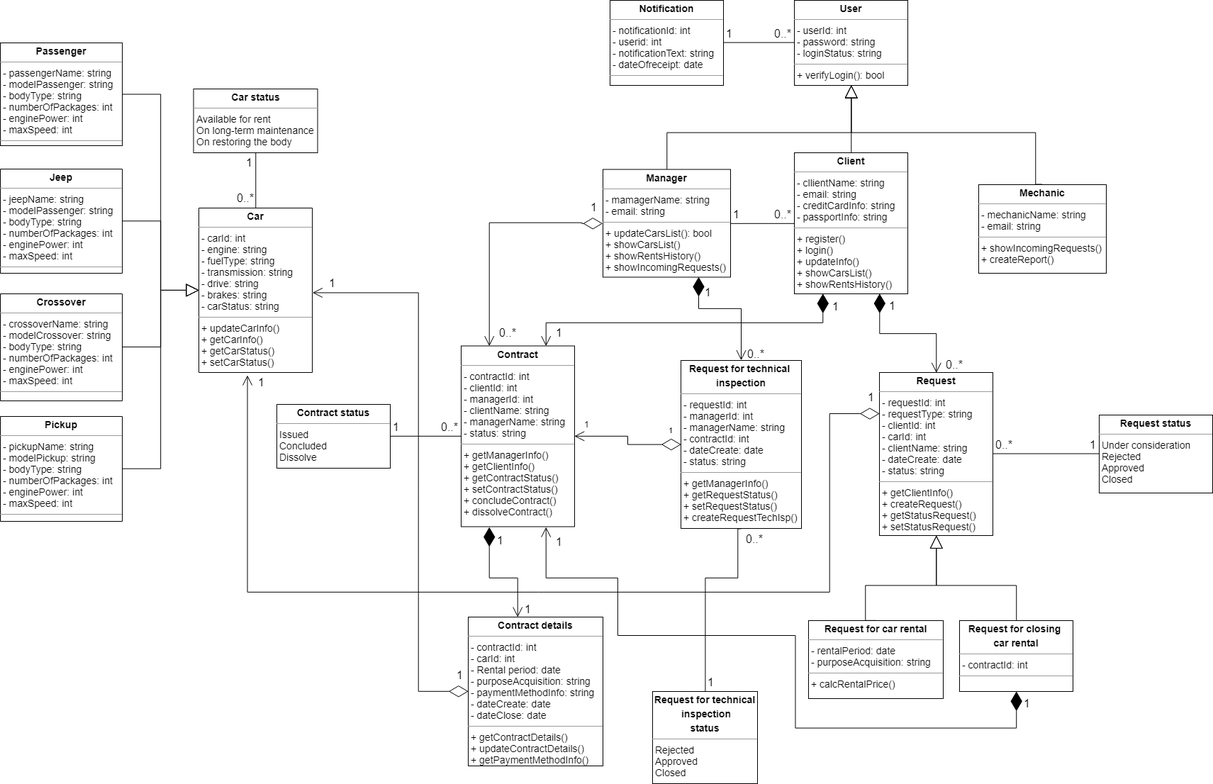
Igor-Manikhin/software-architectures-2020 keeps this draw.io diagram as Class-diagram/Class-diagramm.png. Above is the earlier version. Source tidied: cells renumbered, new cells last; positions are measured from the earlier drawing's top-left corner, leaving out a move shared by most shapes.
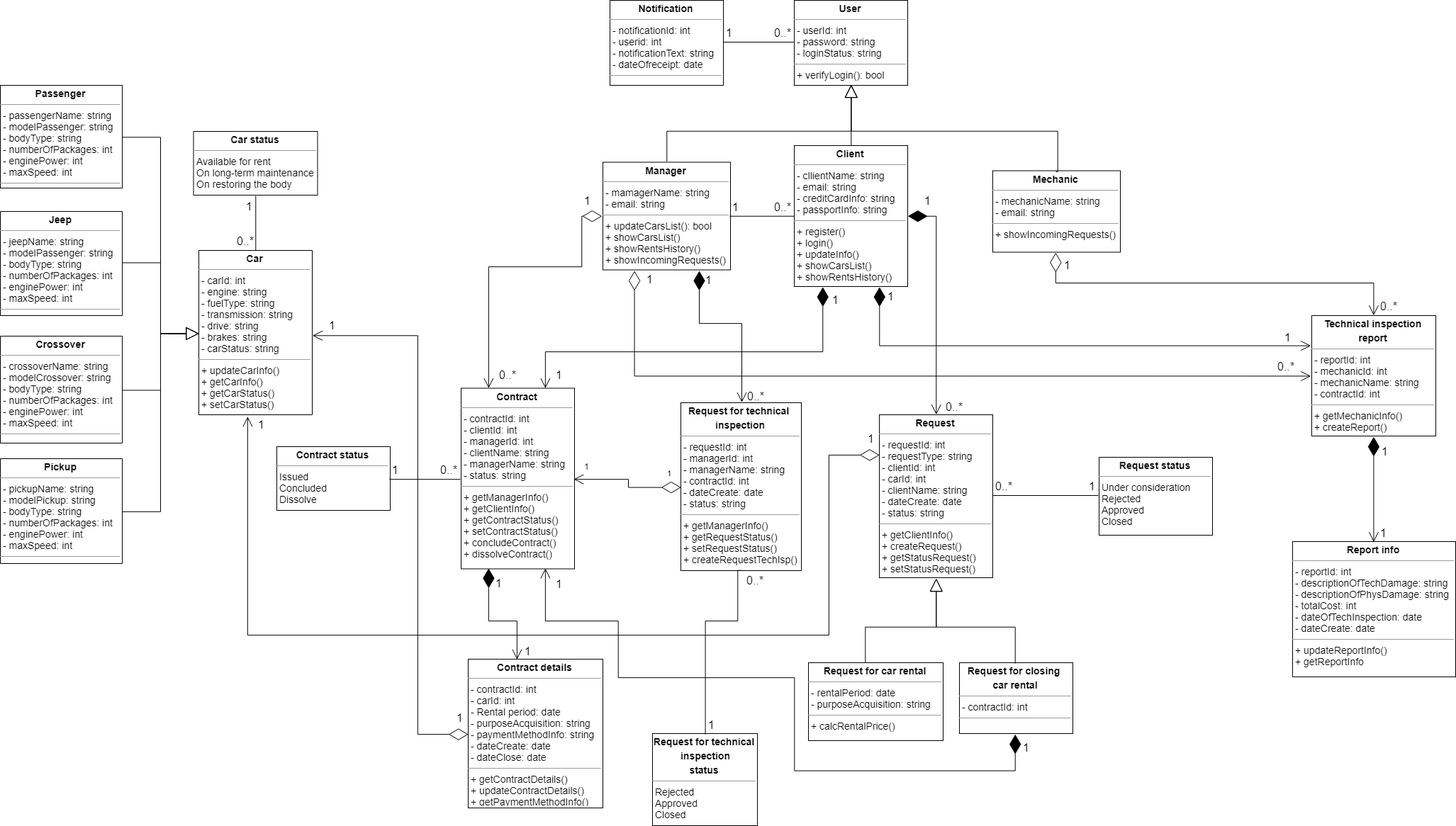
After the commit.

Commit message:
update class-diagramm

Diff of the diagram source:
```diff
@@ -6,3 +6,3 @@
       <mxCell style="verticalAlign=top;align=left;overflow=fill;fontSize=12;fontFamily=Helvetica;html=1;spacing=4;" parent="1" vertex="1">
-        <mxGeometry x="1120" width="160" height="120" as="geometry" />
+        <mxGeometry x="1120" y="-60" width="160" height="120" as="geometry" />
       </mxCell>
@@ -10,9 +10,9 @@
     <mxCell id="3" value="&lt;p style=&quot;margin: 4px 0px 0px ; text-align: center ; font-size: 14px&quot;&gt;&lt;b&gt;&lt;font style=&quot;font-size: 14px&quot;&gt;Client&lt;/font&gt;&lt;/b&gt;&lt;/p&gt;&lt;hr size=&quot;1&quot; style=&quot;font-size: 14px&quot;&gt;&lt;p style=&quot;margin: 0px 0px 0px 4px ; font-size: 14px&quot;&gt;&lt;font style=&quot;font-size: 14px&quot;&gt;- cllientName: string&lt;/font&gt;&lt;/p&gt;&lt;p style=&quot;margin: 0px 0px 0px 4px ; font-size: 14px&quot;&gt;&lt;font style=&quot;font-size: 14px&quot;&gt;- email: string&lt;/font&gt;&lt;/p&gt;&lt;p style=&quot;margin: 0px 0px 0px 4px ; font-size: 14px&quot;&gt;&lt;font style=&quot;font-size: 14px&quot;&gt;- creditCardInfo: string&lt;/font&gt;&lt;/p&gt;&lt;p style=&quot;margin: 0px 0px 0px 4px ; font-size: 14px&quot;&gt;&lt;font style=&quot;font-size: 14px&quot;&gt;- passportInfo: string&lt;/font&gt;&lt;/p&gt;&lt;hr size=&quot;1&quot; style=&quot;font-size: 14px&quot;&gt;&lt;p style=&quot;margin: 0px 0px 0px 4px ; font-size: 14px&quot;&gt;&lt;font style=&quot;font-size: 14px&quot;&gt;+ register()&lt;/font&gt;&lt;/p&gt;&lt;p style=&quot;margin: 0px 0px 0px 4px ; font-size: 14px&quot;&gt;&lt;font style=&quot;font-size: 14px&quot;&gt;+ login()&lt;/font&gt;&lt;/p&gt;&lt;p style=&quot;margin: 0px 0px 0px 4px ; font-size: 14px&quot;&gt;&lt;font style=&quot;font-size: 14px&quot;&gt;+ updateInfo()&lt;/font&gt;&lt;/p&gt;&lt;p style=&quot;margin: 0px 0px 0px 4px ; font-size: 14px&quot;&gt;&lt;font style=&quot;font-size: 14px&quot;&gt;+ showCarsList()&lt;/font&gt;&lt;/p&gt;&lt;p style=&quot;margin: 0px 0px 0px 4px ; font-size: 14px&quot;&gt;&lt;font style=&quot;font-size: 14px&quot;&gt;+ showRentsHistory()&lt;/font&gt;&lt;/p&gt;&lt;p style=&quot;margin: 0px 0px 0px 4px ; font-size: 14px&quot;&gt;&lt;br&gt;&lt;/p&gt;" style="verticalAlign=top;align=left;overflow=fill;fontSize=12;fontFamily=Helvetica;html=1;spacing=4;" parent="1" vertex="1">
-      <mxGeometry x="1120" y="215" width="160" height="199" as="geometry" />
+      <mxGeometry x="1120" y="145" width="160" height="199" as="geometry" />
     </mxCell>
-    <mxCell id="4" value="&lt;p style=&quot;margin: 4px 0px 0px ; text-align: center ; font-size: 14px&quot;&gt;&lt;b&gt;&lt;font style=&quot;font-size: 14px&quot;&gt;Mechanic&lt;/font&gt;&lt;/b&gt;&lt;/p&gt;&lt;hr size=&quot;1&quot; style=&quot;font-size: 14px&quot;&gt;&lt;p style=&quot;margin: 0px 0px 0px 4px ; font-size: 14px&quot;&gt;&lt;font style=&quot;font-size: 14px&quot;&gt;- mechanicName: string&lt;/font&gt;&lt;/p&gt;&lt;p style=&quot;margin: 0px 0px 0px 4px ; font-size: 14px&quot;&gt;&lt;font style=&quot;font-size: 14px&quot;&gt;- email: string&lt;/font&gt;&lt;/p&gt;&lt;hr size=&quot;1&quot; style=&quot;font-size: 14px&quot;&gt;&lt;p style=&quot;margin: 0px 0px 0px 4px ; font-size: 14px&quot;&gt;&lt;font style=&quot;font-size: 14px&quot;&gt;+ showIncomingRequests()&lt;/font&gt;&lt;/p&gt;&lt;p style=&quot;margin: 0px 0px 0px 4px ; font-size: 14px&quot;&gt;&lt;font style=&quot;font-size: 14px&quot;&gt;+ createReport()&lt;/font&gt;&lt;/p&gt;" style="verticalAlign=top;align=left;overflow=fill;fontSize=12;fontFamily=Helvetica;html=1;spacing=4;" parent="1" vertex="1">
-      <mxGeometry x="1380" y="260" width="180" height="125" as="geometry" />
+    <mxCell id="4" value="&lt;p style=&quot;margin: 4px 0px 0px ; text-align: center ; font-size: 14px&quot;&gt;&lt;b&gt;&lt;font style=&quot;font-size: 14px&quot;&gt;Mechanic&lt;/font&gt;&lt;/b&gt;&lt;/p&gt;&lt;hr size=&quot;1&quot; style=&quot;font-size: 14px&quot;&gt;&lt;p style=&quot;margin: 0px 0px 0px 4px ; font-size: 14px&quot;&gt;&lt;font style=&quot;font-size: 14px&quot;&gt;- mechanicName: string&lt;/font&gt;&lt;/p&gt;&lt;p style=&quot;margin: 0px 0px 0px 4px ; font-size: 14px&quot;&gt;&lt;font style=&quot;font-size: 14px&quot;&gt;- email: string&lt;/font&gt;&lt;/p&gt;&lt;hr size=&quot;1&quot; style=&quot;font-size: 14px&quot;&gt;&lt;p style=&quot;margin: 0px 0px 0px 4px ; font-size: 14px&quot;&gt;&lt;font style=&quot;font-size: 14px&quot;&gt;+ showIncomingRequests()&lt;/font&gt;&lt;/p&gt;&lt;p style=&quot;margin: 0px 0px 0px 4px ; font-size: 14px&quot;&gt;&lt;br&gt;&lt;/p&gt;" style="verticalAlign=top;align=left;overflow=fill;fontSize=12;fontFamily=Helvetica;html=1;spacing=4;" parent="1" vertex="1">
+      <mxGeometry x="1400" y="180.5" width="180" height="115" as="geometry" />
     </mxCell>
     <mxCell id="5" value="&lt;p style=&quot;margin: 4px 0px 0px ; text-align: center ; font-size: 14px&quot;&gt;&lt;b&gt;&lt;font style=&quot;font-size: 14px&quot;&gt;Manager&lt;/font&gt;&lt;/b&gt;&lt;/p&gt;&lt;hr size=&quot;1&quot; style=&quot;font-size: 14px&quot;&gt;&lt;p style=&quot;margin: 0px 0px 0px 4px ; font-size: 14px&quot;&gt;&lt;font style=&quot;font-size: 14px&quot;&gt;- mamagerName: string&lt;/font&gt;&lt;/p&gt;&lt;p style=&quot;margin: 0px 0px 0px 4px ; font-size: 14px&quot;&gt;&lt;font style=&quot;font-size: 14px&quot;&gt;- email: string&lt;/font&gt;&lt;/p&gt;&lt;hr size=&quot;1&quot; style=&quot;font-size: 14px&quot;&gt;&lt;p style=&quot;margin: 0px 0px 0px 4px ; font-size: 14px&quot;&gt;&lt;font style=&quot;font-size: 14px&quot;&gt;+ updateCarsList(): bool&lt;/font&gt;&lt;/p&gt;&lt;p style=&quot;margin: 0px 0px 0px 4px ; font-size: 14px&quot;&gt;&lt;font style=&quot;font-size: 14px&quot;&gt;+ showCarsList()&lt;/font&gt;&lt;/p&gt;&lt;p style=&quot;margin: 0px 0px 0px 4px ; font-size: 14px&quot;&gt;&lt;font style=&quot;font-size: 14px&quot;&gt;+ showRentsHistory()&lt;/font&gt;&lt;/p&gt;&lt;p style=&quot;margin: 0px 0px 0px 4px ; font-size: 14px&quot;&gt;&lt;font style=&quot;font-size: 14px&quot;&gt;+ showIncomingRequests()&lt;/font&gt;&lt;/p&gt;&lt;p style=&quot;margin: 0px 0px 0px 4px ; font-size: 14px&quot;&gt;&lt;br&gt;&lt;/p&gt;" style="verticalAlign=top;align=left;overflow=fill;fontSize=12;fontFamily=Helvetica;html=1;spacing=4;" parent="1" vertex="1">
-      <mxGeometry x="850" y="238.5" width="180" height="152" as="geometry" />
+      <mxGeometry x="850" y="168.5" width="180" height="152" as="geometry" />
     </mxCell>
@@ -21,4 +21,4 @@
         <Array as="points">
-          <mxPoint x="1460" y="186" />
-          <mxPoint x="1200" y="186" />
+          <mxPoint x="1491" y="126" />
+          <mxPoint x="1201" y="126" />
         </Array>
@@ -29,4 +29,4 @@
         <Array as="points">
-          <mxPoint x="940" y="186" />
-          <mxPoint x="1200" y="186" />
+          <mxPoint x="940" y="126" />
+          <mxPoint x="1200" y="126" />
         </Array>
@@ -40,4 +40,8 @@
     </mxCell>
-    <mxCell id="10" value="&lt;font style=&quot;font-size: 16px&quot;&gt;1&lt;/font&gt;" style="endArrow=open;html=1;endSize=12;startArrow=diamondThin;startSize=25;startFill=1;edgeStyle=orthogonalEdgeStyle;align=left;verticalAlign=bottom;strokeWidth=1;exitX=0.75;exitY=1;exitDx=0;exitDy=0;entryX=0.5;entryY=0;entryDx=0;entryDy=0;rounded=0;spacing=4;" parent="1" edge="1" source="3" target="9">
-      <mxGeometry x="-0.68" y="10" relative="1" as="geometry" />
+    <mxCell id="10" value="&lt;font style=&quot;font-size: 16px&quot;&gt;1&lt;/font&gt;" style="endArrow=open;html=1;endSize=12;startArrow=diamondThin;startSize=25;startFill=1;edgeStyle=orthogonalEdgeStyle;align=left;verticalAlign=bottom;strokeWidth=1;exitX=1;exitY=0.5;exitDx=0;exitDy=0;entryX=0.5;entryY=0;entryDx=0;entryDy=0;rounded=0;spacing=4;" parent="1" edge="1" source="3" target="9">
+      <mxGeometry x="-0.88" y="9" relative="1" as="geometry">
+        <Array as="points">
+          <mxPoint x="1320" y="244" />
+        </Array>
+      </mxGeometry>
     </mxCell>
@@ -66,3 +70,3 @@
     <mxCell id="15" value="&lt;font style=&quot;font-size: 16px&quot;&gt;1&lt;/font&gt;" style="endArrow=open;html=1;endSize=12;startArrow=diamondThin;startSize=25;startFill=0;edgeStyle=orthogonalEdgeStyle;align=left;verticalAlign=bottom;strokeWidth=1;entryX=0.25;entryY=0;entryDx=0;entryDy=0;rounded=0;spacing=4;exitX=0;exitY=0.5;exitDx=0;exitDy=0;" parent="1" edge="1" source="5" target="14">
-      <mxGeometry x="-0.81" y="-13" relative="1" as="geometry">
+      <mxGeometry x="-0.85" y="-9" relative="1" as="geometry">
         <Array as="points">
@@ -71,3 +75,3 @@
         </Array>
-        <mxPoint x="10" y="4" as="offset" />
+        <mxPoint x="9" y="-9" as="offset" />
       </mxGeometry>
@@ -75,6 +79,6 @@
     <mxCell id="16" value="&lt;font style=&quot;font-size: 16px&quot;&gt;1&lt;/font&gt;" style="endArrow=open;html=1;endSize=12;startArrow=diamondThin;startSize=25;startFill=1;edgeStyle=orthogonalEdgeStyle;align=left;verticalAlign=bottom;strokeWidth=1;exitX=0.25;exitY=1;exitDx=0;exitDy=0;entryX=0.75;entryY=0;entryDx=0;entryDy=0;rounded=0;spacing=4;" parent="1" edge="1" source="3" target="14">
-      <mxGeometry x="-0.87" y="10" relative="1" as="geometry">
+      <mxGeometry x="-0.88" y="10" relative="1" as="geometry">
         <Array as="points">
-          <mxPoint x="1160" y="455" />
-          <mxPoint x="770" y="455" />
+          <mxPoint x="1160" y="436" />
+          <mxPoint x="770" y="436" />
         </Array>
@@ -102,3 +106,3 @@
       <mxCell style="verticalAlign=top;align=left;overflow=fill;fontSize=12;fontFamily=Helvetica;html=1;spacing=4;" parent="1" vertex="1">
-        <mxGeometry x="860" width="160" height="120" as="geometry" />
+        <mxGeometry x="860" y="-60" width="160" height="120" as="geometry" />
       </mxCell>
@@ -109,6 +113,6 @@
     <mxCell id="25" value="&lt;font style=&quot;font-size: 16px&quot;&gt;1&lt;/font&gt;" style="endArrow=open;html=1;endSize=12;startArrow=diamondThin;startSize=25;startFill=1;edgeStyle=orthogonalEdgeStyle;align=left;verticalAlign=bottom;strokeWidth=1;exitX=0.75;exitY=1;exitDx=0;exitDy=0;entryX=0.5;entryY=0;entryDx=0;entryDy=0;rounded=0;spacing=4;" parent="1" edge="1" source="5" target="24">
-      <mxGeometry x="-0.61" y="5" relative="1" as="geometry">
+      <mxGeometry x="-0.8" y="5" relative="1" as="geometry">
         <Array as="points">
-          <mxPoint x="985" y="435" />
-          <mxPoint x="1045" y="435" />
+          <mxPoint x="985" y="396" />
+          <mxPoint x="1045" y="396" />
         </Array>
@@ -277,2 +281,41 @@
     </mxCell>
+    <mxCell id="67" value="&lt;p style=&quot;margin: 4px 0px 0px ; text-align: center ; font-size: 14px&quot;&gt;&lt;b&gt;&lt;font style=&quot;font-size: 14px&quot;&gt;Technical inspection&lt;/font&gt;&lt;/b&gt;&lt;/p&gt;&lt;p style=&quot;margin: 4px 0px 0px ; text-align: center ; font-size: 14px&quot;&gt;&lt;b&gt;&lt;font style=&quot;font-size: 14px&quot;&gt;report&lt;/font&gt;&lt;/b&gt;&lt;/p&gt;&lt;hr size=&quot;1&quot; style=&quot;font-size: 14px&quot;&gt;&lt;p style=&quot;margin: 0px 0px 0px 4px ; font-size: 14px&quot;&gt;&lt;font style=&quot;font-size: 14px&quot;&gt;- reportId: int&lt;/font&gt;&lt;/p&gt;&lt;p style=&quot;margin: 0px 0px 0px 4px ; font-size: 14px&quot;&gt;&lt;font style=&quot;font-size: 14px&quot;&gt;- mechanicId: int&lt;/font&gt;&lt;/p&gt;&lt;p style=&quot;margin: 0px 0px 0px 4px ; font-size: 14px&quot;&gt;&lt;font style=&quot;font-size: 14px&quot;&gt;- mechanicName: string&lt;/font&gt;&lt;/p&gt;&lt;p style=&quot;margin: 0px 0px 0px 4px ; font-size: 14px&quot;&gt;&lt;font style=&quot;font-size: 14px&quot;&gt;- contractId: int&lt;/font&gt;&lt;/p&gt;&lt;hr size=&quot;1&quot; style=&quot;font-size: 14px&quot;&gt;&lt;p style=&quot;margin: 0px 0px 0px 4px ; font-size: 14px&quot;&gt;&lt;font style=&quot;font-size: 14px&quot;&gt;+ getMechanicInfo()&lt;/font&gt;&lt;/p&gt;&lt;p style=&quot;margin: 0px 0px 0px 4px ; font-size: 14px&quot;&gt;&lt;font style=&quot;font-size: 14px&quot;&gt;+ createReport()&lt;/font&gt;&lt;/p&gt;" style="verticalAlign=top;align=left;overflow=fill;fontSize=12;fontFamily=Helvetica;html=1;" parent="1" vertex="1">
+      <mxGeometry x="1850" y="385" width="175" height="170" as="geometry" />
+    </mxCell>
+    <mxCell id="68" value="&lt;p style=&quot;margin: 4px 0px 0px ; text-align: center ; font-size: 14px&quot;&gt;&lt;b&gt;Report info&lt;/b&gt;&lt;/p&gt;&lt;hr size=&quot;1&quot; style=&quot;font-size: 14px&quot;&gt;&lt;p style=&quot;margin: 0px 0px 0px 4px ; font-size: 14px&quot;&gt;&lt;font style=&quot;font-size: 14px&quot;&gt;- reportId: int&lt;/font&gt;&lt;/p&gt;&lt;p style=&quot;margin: 0px 0px 0px 4px ; font-size: 14px&quot;&gt;&lt;font style=&quot;font-size: 14px&quot;&gt;- descriptionOfTechDamage: string&lt;/font&gt;&lt;/p&gt;&lt;p style=&quot;margin: 0px 0px 0px 4px ; font-size: 14px&quot;&gt;&lt;font style=&quot;font-size: 14px&quot;&gt;- descriptionOfPhysDamage: string&lt;/font&gt;&lt;/p&gt;&lt;p style=&quot;margin: 0px 0px 0px 4px ; font-size: 14px&quot;&gt;&lt;font style=&quot;font-size: 14px&quot;&gt;- totalCost: int&amp;nbsp;&lt;/font&gt;&lt;/p&gt;&lt;p style=&quot;margin: 0px 0px 0px 4px ; font-size: 14px&quot;&gt;&lt;font style=&quot;font-size: 14px&quot;&gt;- dateOfTechInspection: date&lt;/font&gt;&lt;/p&gt;&lt;p style=&quot;margin: 0px 0px 0px 4px ; font-size: 14px&quot;&gt;&lt;font style=&quot;font-size: 14px&quot;&gt;- dateCreate: date&lt;/font&gt;&lt;/p&gt;&lt;hr size=&quot;1&quot; style=&quot;font-size: 14px&quot;&gt;&lt;p style=&quot;margin: 0px 0px 0px 4px ; font-size: 14px&quot;&gt;&lt;font style=&quot;font-size: 14px&quot;&gt;+ updateReportInfo()&lt;/font&gt;&lt;/p&gt;&lt;p style=&quot;margin: 0px 0px 0px 4px ; font-size: 14px&quot;&gt;&lt;font style=&quot;font-size: 14px&quot;&gt;+ getReportInfo&lt;/font&gt;&lt;/p&gt;" style="verticalAlign=top;align=left;overflow=fill;fontSize=12;fontFamily=Helvetica;html=1;" parent="1" vertex="1">
+      <mxGeometry x="1823" y="704" width="230" height="191" as="geometry" />
+    </mxCell>
+    <mxCell id="69" value="&lt;font style=&quot;font-size: 16px&quot;&gt;1&lt;/font&gt;" style="endArrow=open;html=1;endSize=12;startArrow=diamondThin;startSize=25;startFill=0;edgeStyle=orthogonalEdgeStyle;align=left;verticalAlign=bottom;exitX=0.5;exitY=1;exitDx=0;exitDy=0;rounded=0;entryX=0.5;entryY=0;entryDx=0;entryDy=0;" parent="1" edge="1" source="4" target="67">
+      <mxGeometry x="-0.89" y="10" relative="1" as="geometry" />
+    </mxCell>
+    <mxCell id="70" value="&lt;font style=&quot;font-size: 16px&quot;&gt;1&lt;/font&gt;" style="endArrow=open;html=1;endSize=12;startArrow=diamondThin;startSize=25;startFill=1;edgeStyle=orthogonalEdgeStyle;align=left;verticalAlign=bottom;exitX=0.5;exitY=1;exitDx=0;exitDy=0;entryX=0.5;entryY=0;entryDx=0;entryDy=0;rounded=0;" parent="1" edge="1" source="67" target="68">
+      <mxGeometry x="-0.56" y="10" relative="1" as="geometry" />
+    </mxCell>
+    <mxCell id="71" value="&lt;font style=&quot;font-size: 16px&quot;&gt;1&lt;/font&gt;" style="endArrow=open;html=1;endSize=12;startArrow=diamondThin;startSize=25;startFill=1;edgeStyle=orthogonalEdgeStyle;align=left;verticalAlign=bottom;exitX=0.75;exitY=1;exitDx=0;exitDy=0;rounded=0;entryX=0;entryY=0.25;entryDx=0;entryDy=0;" parent="1" edge="1" source="3" target="67">
+      <mxGeometry x="-0.93" y="10" relative="1" as="geometry">
+        <Array as="points">
+          <mxPoint x="1240" y="428" />
+        </Array>
+        <mxPoint y="-1" as="offset" />
+      </mxGeometry>
+    </mxCell>
+    <mxCell id="72" value="&lt;font style=&quot;font-size: 16px&quot;&gt;1&lt;/font&gt;" style="endArrow=open;html=1;endSize=12;startArrow=diamondThin;startSize=25;startFill=0;edgeStyle=orthogonalEdgeStyle;align=left;verticalAlign=bottom;exitX=0.25;exitY=1;exitDx=0;exitDy=0;rounded=0;entryX=0;entryY=0.5;entryDx=0;entryDy=0;" parent="1" edge="1" source="5" target="67">
+      <mxGeometry x="-0.96" y="15" relative="1" as="geometry">
+        <Array as="points">
+          <mxPoint x="895" y="470" />
+        </Array>
+      </mxGeometry>
+    </mxCell>
+    <mxCell id="73" value="&lt;font style=&quot;font-size: 16px&quot;&gt;0..*&lt;/font&gt;" style="text;html=1;align=left;verticalAlign=top;spacingTop=-4;" parent="1" vertex="1">
+      <mxGeometry x="1945" y="359.5" width="40" height="20" as="geometry" />
+    </mxCell>
+    <mxCell id="74" value="&lt;font style=&quot;font-size: 16px&quot;&gt;0..*&lt;/font&gt;" style="text;html=1;align=left;verticalAlign=top;spacingTop=-4;" parent="1" vertex="1">
+      <mxGeometry x="1800" y="445" width="40" height="20" as="geometry" />
+    </mxCell>
+    <mxCell id="75" value="&lt;font style=&quot;font-size: 16px&quot;&gt;1&lt;/font&gt;" style="text;html=1;align=left;verticalAlign=top;spacingTop=-4;" parent="1" vertex="1">
+      <mxGeometry x="1945" y="679.5" width="20" height="20" as="geometry" />
+    </mxCell>
+    <mxCell id="76" value="&lt;font style=&quot;font-size: 16px&quot;&gt;1&lt;/font&gt;" style="text;html=1;align=left;verticalAlign=top;spacingTop=-4;" parent="1" vertex="1">
+      <mxGeometry x="1810" y="404" width="20" height="20" as="geometry" />
+    </mxCell>
   </root>
```
